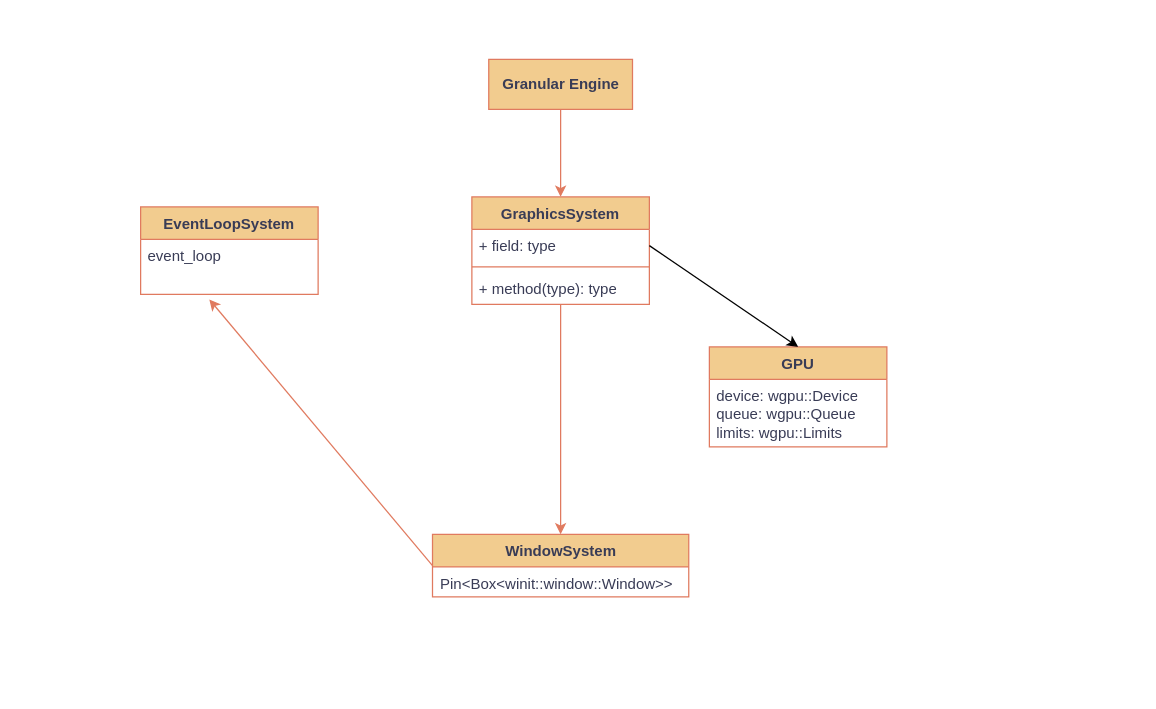
ARez2/granular keeps this draw.io diagram as Granular.drawio. Above is the earlier version. Source tidied: cells renumbered, new cells numbered last; positions are measured from the earlier drawing's top-left corner, leaving out a move shared by most shapes. Both pictures are drawn from the tidied source at 125%, with x=0, y=0 at pixel (140, 59).
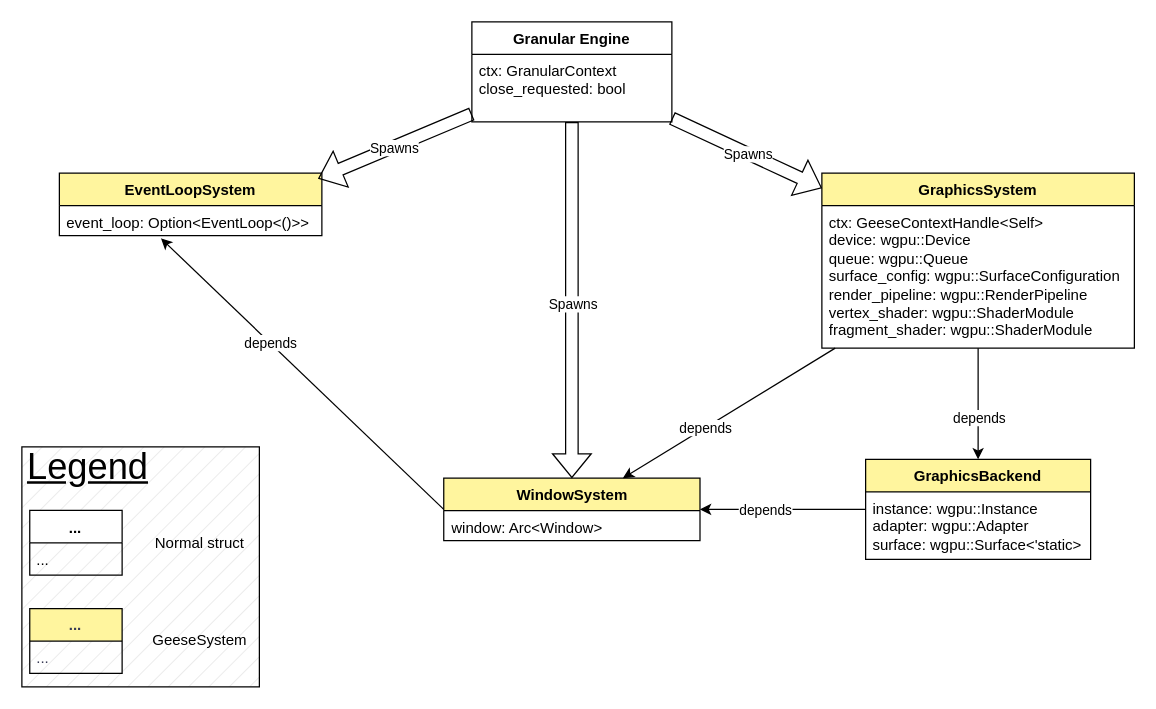
The same diagram, later.

Commit message:
updated architecture diagram

What changed in the source:
```diff
@@
-    <mxCell id="2" value="Granular Engine" style="html=1;whiteSpace=wrap;fontStyle=1;labelBackgroundColor=none;fillColor=#F2CC8F;strokeColor=#E07A5F;fontColor=#393C56;" parent="1" vertex="1">
-      <mxGeometry x="278.5" width="115" height="40" as="geometry" />
-    </mxCell>
-    <mxCell id="3" value="GraphicsSystem" style="swimlane;fontStyle=1;align=center;verticalAlign=top;horizontal=1;startSize=26;whiteSpace=wrap;html=1;labelBackgroundColor=none;fillColor=#F2CC8F;strokeColor=#E07A5F;fontColor=#393C56;" parent="1" vertex="1">
-      <mxGeometry x="265" y="110" width="142" height="86" as="geometry" />
+    <mxCell id="3" value="GraphicsSystem" style="swimlane;fontStyle=1;align=center;verticalAlign=top;horizontal=1;startSize=26;whiteSpace=wrap;html=1;labelBackgroundColor=none;gradientDirection=east;fillStyle=solid;fillColor=#FFF59E;" parent="1" vertex="1">
+      <mxGeometry x="545" y="91" width="250" height="140" as="geometry" />
     </mxCell>
-    <mxCell id="4" value="+ field: type" style="text;strokeColor=none;fillColor=none;align=left;verticalAlign=top;spacingLeft=4;spacingRight=4;overflow=hidden;points=[[0,0.5],[1,0.5]];portConstraint=eastwest;whiteSpace=wrap;html=1;labelBackgroundColor=none;fontColor=#393C56;" parent="3" vertex="1">
-      <mxGeometry y="26" width="142" height="26" as="geometry" />
+    <mxCell id="4" value="ctx: GeeseContextHandle&amp;lt;Self&amp;gt;&lt;br&gt;device: wgpu::Device&lt;br&gt;queue: wgpu::Queue&lt;br&gt;surface_config: wgpu::SurfaceConfiguration&lt;br&gt;render_pipeline: wgpu::RenderPipeline&lt;br&gt;vertex_shader: wgpu::ShaderModule&lt;br&gt;fragment_shader: wgpu::ShaderModule" style="text;strokeColor=none;fillColor=none;align=left;verticalAlign=top;spacingLeft=4;spacingRight=4;overflow=hidden;points=[[0,0.5],[1,0.5]];portConstraint=eastwest;whiteSpace=wrap;html=1;labelBackgroundColor=none;" parent="3" vertex="1">
+      <mxGeometry y="26" width="250" height="114" as="geometry" />
     </mxCell>
-    <mxCell id="5" style="line;strokeWidth=1;fillColor=none;align=left;verticalAlign=middle;spacingTop=-1;spacingLeft=3;spacingRight=3;labelPosition=right;strokeColor=#E07A5F;labelBackgroundColor=none;fontColor=#393C56;" parent="3" vertex="1">
-      <mxGeometry y="52" width="142" height="8" as="geometry" />
-    </mxCell>
-    <mxCell id="6" value="+ method(type): type" style="text;strokeColor=none;fillColor=none;align=left;verticalAlign=top;spacingLeft=4;spacingRight=4;overflow=hidden;points=[[0,0.5],[1,0.5]];portConstraint=eastwest;whiteSpace=wrap;html=1;labelBackgroundColor=none;fontColor=#393C56;" parent="3" vertex="1">
-      <mxGeometry y="60" width="142" height="26" as="geometry" />
-    </mxCell>
-    <mxCell id="7" value="GPU" style="swimlane;fontStyle=1;align=center;verticalAlign=top;horizontal=1;startSize=26;whiteSpace=wrap;html=1;labelBackgroundColor=none;fillColor=#F2CC8F;strokeColor=#E07A5F;fontColor=#393C56;" parent="1" vertex="1">
-      <mxGeometry x="455" y="230" width="142" height="80" as="geometry" />
+    <mxCell id="7" value="GraphicsBackend" style="swimlane;fontStyle=1;align=center;verticalAlign=top;horizontal=1;startSize=26;whiteSpace=wrap;html=1;labelBackgroundColor=none;fillColor=#FFF59E;" parent="1" vertex="1">
+      <mxGeometry x="580" y="320" width="180" height="80" as="geometry" />
     </mxCell>
-    <mxCell id="8" value="device: wgpu::Device&lt;br&gt;queue: wgpu::Queue&lt;br&gt;limits: wgpu::Limits" style="text;strokeColor=none;fillColor=none;align=left;verticalAlign=top;spacingLeft=4;spacingRight=4;overflow=hidden;whiteSpace=wrap;html=1;labelBackgroundColor=none;fontColor=#393C56;" parent="7" vertex="1">
-      <mxGeometry y="26" width="142" height="54" as="geometry" />
+    <mxCell id="8" value="instance: wgpu::Instance&lt;br&gt;adapter: wgpu::Adapter&lt;br&gt;surface: wgpu::Surface&amp;lt;'static&amp;gt;" style="text;strokeColor=none;fillColor=none;align=left;verticalAlign=top;spacingLeft=4;spacingRight=4;overflow=hidden;whiteSpace=wrap;html=1;labelBackgroundColor=none;" parent="7" vertex="1">
+      <mxGeometry y="26" width="180" height="54" as="geometry" />
     </mxCell>
-    <mxCell id="9" value="WindowSystem" style="swimlane;fontStyle=1;align=center;verticalAlign=top;horizontal=1;startSize=26;whiteSpace=wrap;html=1;labelBackgroundColor=none;fillColor=#F2CC8F;strokeColor=#E07A5F;fontColor=#393C56;" parent="1" vertex="1">
-      <mxGeometry x="233.5" y="380" width="205" height="50" as="geometry" />
+    <mxCell id="9" value="WindowSystem" style="swimlane;fontStyle=1;align=center;verticalAlign=top;horizontal=1;startSize=26;whiteSpace=wrap;html=1;labelBackgroundColor=none;fillColor=#FFF59E;" parent="1" vertex="1">
+      <mxGeometry x="242.5" y="335" width="205" height="50" as="geometry" />
     </mxCell>
-    <mxCell id="10" value="Pin&amp;lt;Box&amp;lt;winit::window::Window&amp;gt;&amp;gt;" style="text;strokeColor=none;fillColor=none;align=left;verticalAlign=top;spacingLeft=4;spacingRight=4;overflow=hidden;whiteSpace=wrap;html=1;labelBackgroundColor=none;fontColor=#393C56;" parent="9" vertex="1">
+    <mxCell id="10" value="window: Arc&amp;lt;Window&amp;gt;" style="text;strokeColor=none;fillColor=none;align=left;verticalAlign=top;spacingLeft=4;spacingRight=4;overflow=hidden;whiteSpace=wrap;html=1;labelBackgroundColor=none;" parent="9" vertex="1">
       <mxGeometry y="26" width="205" height="24" as="geometry" />
     </mxCell>
-    <mxCell id="11" style="endArrow=classic;html=1;rounded=0;entryX=0.5;entryY=0;entryDx=0;entryDy=0;labelBackgroundColor=none;strokeColor=#E07A5F;fontColor=default;" parent="1" edge="1" source="6" target="9">
-      <mxGeometry relative="1" as="geometry" />
-    </mxCell>
-    <mxCell id="12" value="EventLoopSystem" style="swimlane;fontStyle=1;align=center;verticalAlign=top;horizontal=1;startSize=26;whiteSpace=wrap;html=1;labelBackgroundColor=none;fillColor=#F2CC8F;strokeColor=#E07A5F;fontColor=#393C56;" parent="1" vertex="1">
-      <mxGeometry y="118" width="142" height="70" as="geometry" />
+    <mxCell id="12" value="EventLoopSystem" style="swimlane;fontStyle=1;align=center;verticalAlign=top;horizontal=1;startSize=26;whiteSpace=wrap;html=1;labelBackgroundColor=none;fillColor=#FFF59E;" parent="1" vertex="1">
+      <mxGeometry x="-65" y="91" width="210" height="50" as="geometry" />
     </mxCell>
-    <mxCell id="13" value="event_loop" style="text;strokeColor=none;fillColor=none;align=left;verticalAlign=top;spacingLeft=4;spacingRight=4;overflow=hidden;points=[[0,0.5],[1,0.5]];portConstraint=eastwest;whiteSpace=wrap;html=1;labelBackgroundColor=none;fontColor=#393C56;" parent="12" vertex="1">
-      <mxGeometry y="26" width="142" height="44" as="geometry" />
+    <mxCell id="13" value="event_loop: Option&amp;lt;EventLoop&amp;lt;()&amp;gt;&amp;gt;" style="text;strokeColor=none;fillColor=none;align=left;verticalAlign=top;spacingLeft=4;spacingRight=4;overflow=hidden;points=[[0,0.5],[1,0.5]];portConstraint=eastwest;whiteSpace=wrap;html=1;labelBackgroundColor=none;" parent="12" vertex="1">
+      <mxGeometry y="26" width="210" height="24" as="geometry" />
     </mxCell>
+    <mxCell id="15" style="rounded=0;jettySize=auto;html=1;exitX=0;exitY=0.5;exitDx=0;exitDy=0;entryX=0.387;entryY=1.091;entryDx=0;entryDy=0;entryPerimeter=0;labelBackgroundColor=none;fontColor=default;" parent="1" edge="1" source="9" target="13">
+      <mxGeometry relative="1" as="geometry" />
+    </mxCell>
+    <mxCell id="17" value="depends" style="edgeLabel;html=1;align=center;verticalAlign=middle;" parent="15" vertex="1">
+      <mxGeometry x="0.23" relative="1" as="geometry" />
+    </mxCell>
+    <mxCell id="2" value="Granular Engine" style="swimlane;fontStyle=1;align=center;verticalAlign=top;horizontal=1;startSize=26;whiteSpace=wrap;html=1;labelBackgroundColor=none;" parent="1" vertex="1">
+      <mxGeometry x="265" y="-30" width="160" height="80" as="geometry" />
+    </mxCell>
+    <mxCell id="18" value="ctx: GranularContext&lt;br&gt;close_requested: bool" style="text;strokeColor=none;fillColor=none;align=left;verticalAlign=top;spacingLeft=4;spacingRight=4;overflow=hidden;whiteSpace=wrap;html=1;labelBackgroundColor=none;" parent="2" vertex="1">
+      <mxGeometry y="26" width="160" height="54" as="geometry" />
+    </mxCell>
+    <mxCell id="19" style="shape=flexArrow;endArrow=classic;html=1;rounded=0;entryX=0.986;entryY=0.088;entryDx=0;entryDy=0;entryPerimeter=0;" parent="1" edge="1" source="2" target="12">
+      <mxGeometry relative="1" as="geometry" />
+    </mxCell>
+    <mxCell id="20" value="Spawns" style="edgeLabel;html=1;align=center;verticalAlign=middle;" parent="19" vertex="1">
+      <mxGeometry x="0.02" relative="1" as="geometry" />
+    </mxCell>
-    <mxCell id="14" style="edgeStyle=orthogonalEdgeStyle;rounded=0;jettySize=auto;html=1;exitX=0.5;exitY=1;exitDx=0;exitDy=0;entryX=0.5;entryY=0;entryDx=0;entryDy=0;labelBackgroundColor=none;strokeColor=#E07A5F;fontColor=default;" parent="1" edge="1" source="2" target="3">
+    <mxCell id="14" style="shape=flexArrow;endArrow=classic;html=1;rounded=0;" parent="1" edge="1" source="2" target="3">
       <mxGeometry relative="1" as="geometry" />
     </mxCell>
-    <mxCell id="15" style="rounded=0;jettySize=auto;html=1;exitX=0;exitY=0.5;exitDx=0;exitDy=0;entryX=0.387;entryY=1.091;entryDx=0;entryDy=0;entryPerimeter=0;labelBackgroundColor=none;strokeColor=#E07A5F;fontColor=default;" parent="1" edge="1" source="9" target="13">
-      <mxGeometry relative="1" as="geometry" />
-    </mxCell>
-    <mxCell id="16" style="rounded=0;jettySize=auto;html=1;exitX=1;exitY=0.5;exitDx=0;exitDy=0;entryX=0.5;entryY=0;entryDx=0;entryDy=0;" parent="1" edge="1" source="4" target="7">
-      <mxGeometry relative="1" as="geometry" />
-    </mxCell>
+    <mxCell id="21" value="Spawns" style="edgeLabel;html=1;align=center;verticalAlign=middle;" parent="14" vertex="1">
+      <mxGeometry x="0.02" relative="1" as="geometry" />
+    </mxCell>
+    <mxCell id="22" style="shape=flexArrow;endArrow=classic;html=1;rounded=0;" parent="1" edge="1" source="2" target="9">
+      <mxGeometry relative="1" as="geometry" />
+    </mxCell>
+    <mxCell id="23" value="Spawns" style="edgeLabel;html=1;align=center;verticalAlign=middle;" parent="22" vertex="1">
+      <mxGeometry x="0.02" relative="1" as="geometry" />
+    </mxCell>
+    <mxCell id="24" style="rounded=0;jettySize=auto;html=1;labelBackgroundColor=none;fontColor=default;" parent="1" edge="1" source="7" target="9">
+      <mxGeometry relative="1" as="geometry" />
+    </mxCell>
+    <mxCell id="25" value="depends" style="edgeLabel;html=1;align=center;verticalAlign=middle;" parent="24" vertex="1">
+      <mxGeometry x="0.23" relative="1" as="geometry" />
+    </mxCell>
+    <mxCell id="26" style="rounded=0;jettySize=auto;html=1;labelBackgroundColor=none;fontColor=default;" parent="1" edge="1" source="3" target="7">
+      <mxGeometry relative="1" as="geometry" />
+    </mxCell>
+    <mxCell id="27" value="depends" style="edgeLabel;html=1;align=center;verticalAlign=middle;" parent="26" vertex="1">
+      <mxGeometry x="0.23" relative="1" as="geometry" />
+    </mxCell>
+    <mxCell id="28" style="rounded=0;jettySize=auto;html=1;labelBackgroundColor=none;fontColor=default;" parent="1" edge="1" source="3" target="9">
+      <mxGeometry relative="1" as="geometry" />
+    </mxCell>
+    <mxCell id="29" value="depends" style="edgeLabel;html=1;align=center;verticalAlign=middle;" parent="28" vertex="1">
+      <mxGeometry x="0.23" relative="1" as="geometry" />
+    </mxCell>
+    <mxCell id="30" style="group;strokeColor=default;fillColor=#EBEBEB;fillStyle=hatch;" parent="1" vertex="1">
+      <mxGeometry x="-95" y="310" width="190" height="192" as="geometry" />
+    </mxCell>
+    <mxCell id="31" value="..." style="swimlane;fontStyle=1;align=center;verticalAlign=top;horizontal=1;startSize=26;whiteSpace=wrap;html=1;labelBackgroundColor=none;fillColor=#FFF59E;strokeColor=default;fontColor=#393C56;" parent="30" vertex="1">
+      <mxGeometry x="6.3" y="129.3" width="73.9" height="51.9" as="geometry" />
+    </mxCell>
+    <mxCell id="32" value="..." style="text;strokeColor=none;fillColor=none;align=left;verticalAlign=top;spacingLeft=4;spacingRight=4;overflow=hidden;whiteSpace=wrap;html=1;labelBackgroundColor=none;fontColor=#393C56;" parent="31" vertex="1">
+      <mxGeometry y="26" width="73.9" height="25.9" as="geometry" />
+    </mxCell>
+    <mxCell id="33" value="&lt;font style=&quot;font-size: 29px;&quot;&gt;&lt;u&gt;Legend&lt;/u&gt;&lt;/font&gt;" style="text;html=1;strokeColor=none;fillColor=none;align=center;verticalAlign=middle;whiteSpace=wrap;rounded=0;" parent="30" vertex="1">
+      <mxGeometry width="105.6" height="32.4" as="geometry" />
+    </mxCell>
+    <mxCell id="34" value="GeeseSystem" style="text;html=1;strokeColor=none;fillColor=none;align=center;verticalAlign=middle;whiteSpace=wrap;rounded=0;" parent="30" vertex="1">
+      <mxGeometry x="95" y="139.1" width="95" height="32.4" as="geometry" />
+    </mxCell>
+    <mxCell id="35" value="..." style="swimlane;fontStyle=1;align=center;verticalAlign=top;horizontal=1;startSize=26;whiteSpace=wrap;html=1;labelBackgroundColor=none;" parent="30" vertex="1">
+      <mxGeometry x="6.3" y="50.7" width="73.9" height="51.9" as="geometry" />
+    </mxCell>
+    <mxCell id="36" value="..." style="text;strokeColor=none;fillColor=none;align=left;verticalAlign=top;spacingLeft=4;spacingRight=4;overflow=hidden;whiteSpace=wrap;html=1;labelBackgroundColor=none;" parent="35" vertex="1">
+      <mxGeometry y="26" width="73.9" height="25.9" as="geometry" />
+    </mxCell>
+    <mxCell id="37" value="Normal struct" style="text;html=1;strokeColor=none;fillColor=none;align=center;verticalAlign=middle;whiteSpace=wrap;rounded=0;" parent="30" vertex="1">
+      <mxGeometry x="95" y="60.5" width="95" height="32.4" as="geometry" />
+    </mxCell>
```
